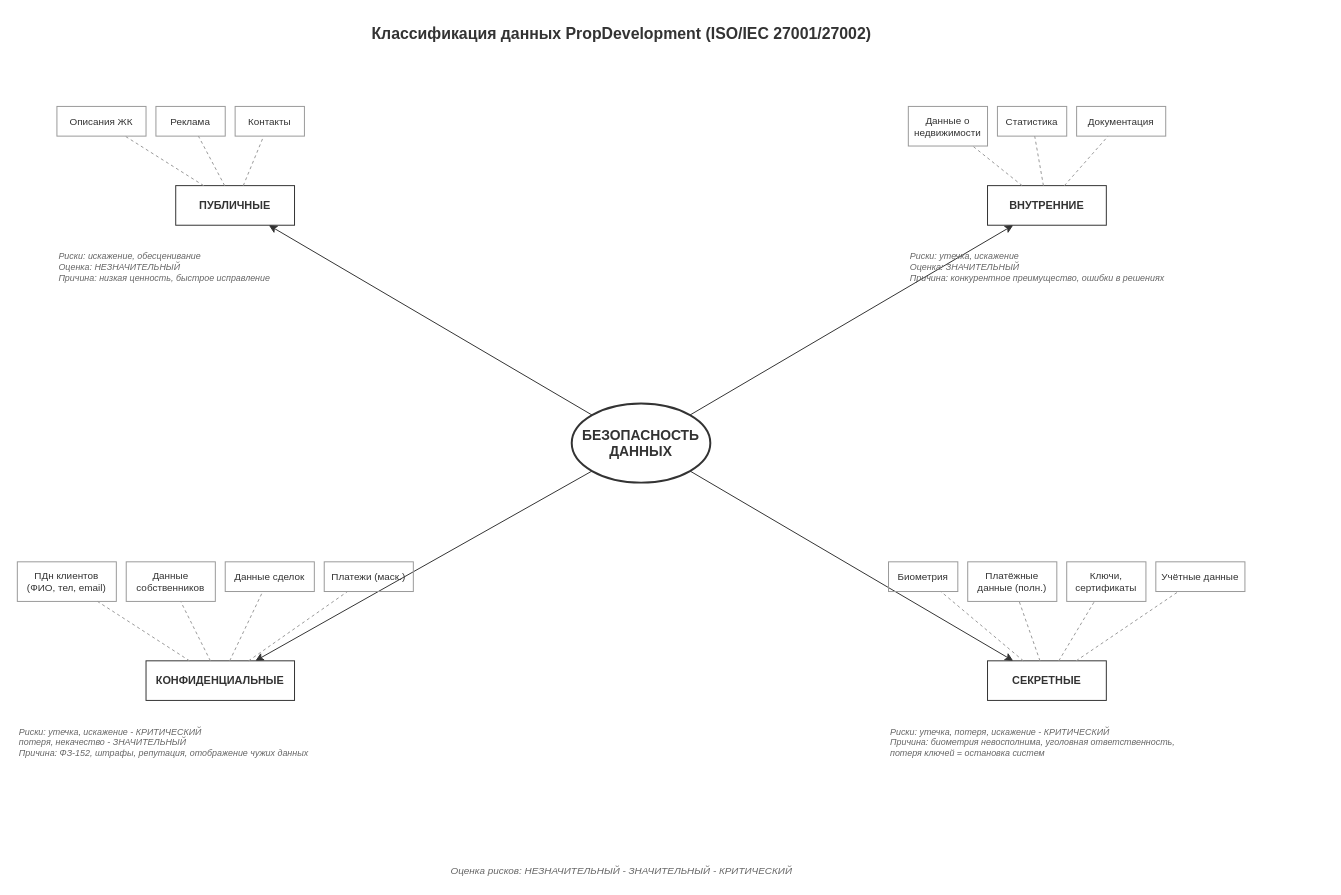
Before: Task1/data-security-mindmap.drawio in Anton19840712/architecture-pro-propdevelopment, a draw.io diagram. Source tidied: cells renumbered, new cells numbered last; positions are measured from the earlier drawing's top-left corner, leaving out a move shared by most shapes. Both pictures are drawn from the tidied source at 99%, with x=0, y=0 at pixel (17, 17).
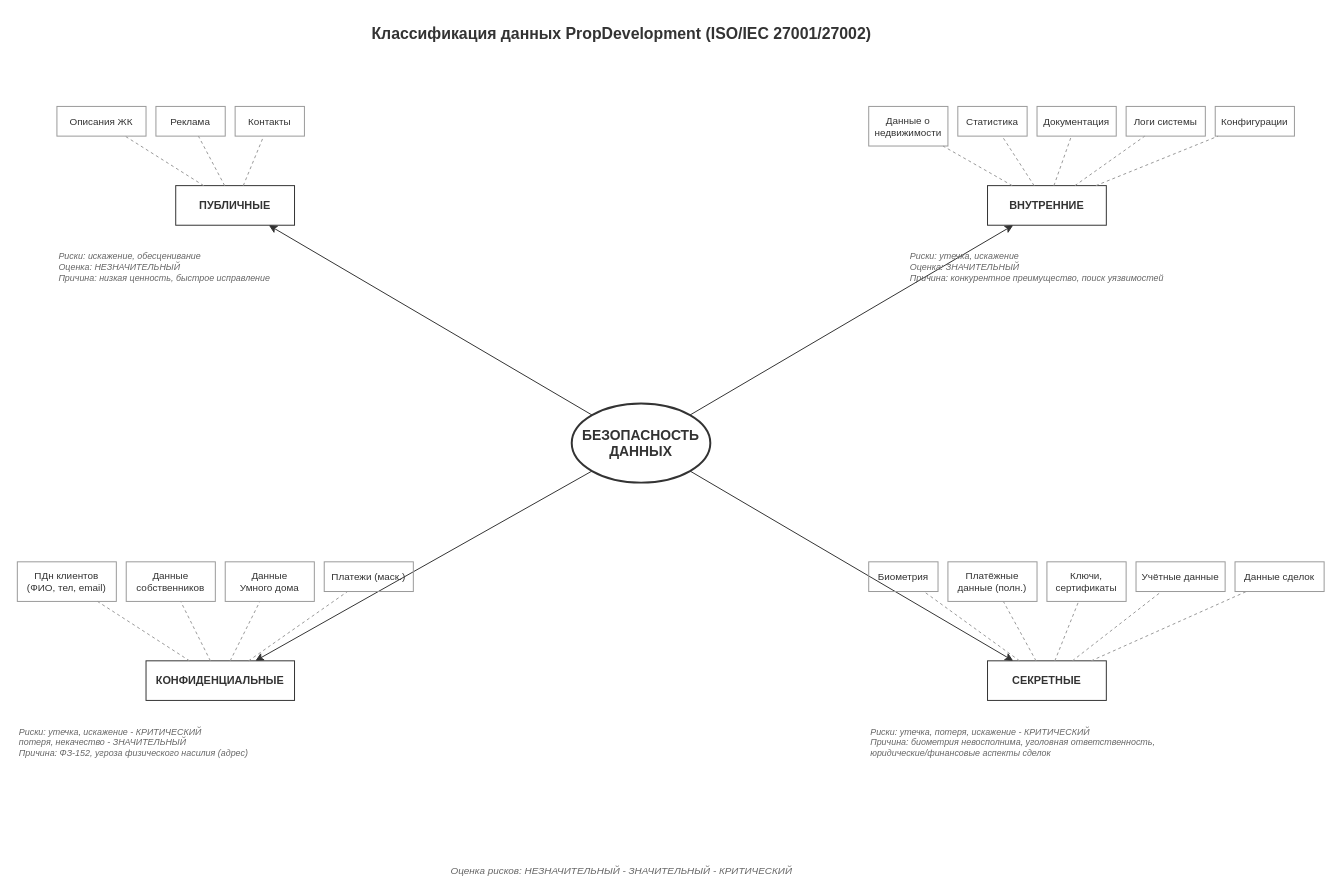
The same diagram, later.

Commit message (it also covers changes not shown here):
fix: учтена обратная связь ревьюера

Unchanged cells that the change refers to:
```xml
<mxCell id="12" value="ВНУТРЕННИЕ" style="rounded=0;whiteSpace=wrap;html=1;fillColor=none;strokeColor=#333333;fontSize=11;fontStyle=1;fontColor=#333333;" parent="1" vertex="1">
  <mxGeometry x="980" y="170" width="120" height="40" as="geometry" />
</mxCell>
<mxCell id="32" value="СЕКРЕТНЫЕ" style="rounded=0;whiteSpace=wrap;html=1;fillColor=none;strokeColor=#333333;fontSize=11;fontStyle=1;fontColor=#333333;" parent="1" vertex="1">
  <mxGeometry x="980" y="650" width="120" height="40" as="geometry" />
</mxCell>
```

The edit, as a diff of the source:
```diff
@@
     <mxCell id="14" value="Данные о&#10;недвижимости" style="rounded=0;whiteSpace=wrap;html=1;fillColor=none;strokeColor=#999999;fontSize=10;fontColor=#333333;" parent="1" vertex="1">
-      <mxGeometry x="900" y="90" width="80" height="40" as="geometry" />
+      <mxGeometry x="860" y="90" width="80" height="40" as="geometry" />
     </mxCell>
     <mxCell id="15" value="Статистика" style="rounded=0;whiteSpace=wrap;html=1;fillColor=none;strokeColor=#999999;fontSize=10;fontColor=#333333;" parent="1" vertex="1">
-      <mxGeometry x="990" y="90" width="70" height="30" as="geometry" />
+      <mxGeometry x="950" y="90" width="70" height="30" as="geometry" />
     </mxCell>
     <mxCell id="16" value="Документация" style="rounded=0;whiteSpace=wrap;html=1;fillColor=none;strokeColor=#999999;fontSize=10;fontColor=#333333;" parent="1" vertex="1">
-      <mxGeometry x="1070" y="90" width="90" height="30" as="geometry" />
+      <mxGeometry x="1030" y="90" width="80" height="30" as="geometry" />
     </mxCell>
+    <mxCell id="45" value="Логи системы" style="rounded=0;whiteSpace=wrap;html=1;fillColor=none;strokeColor=#999999;fontSize=10;fontColor=#333333;" parent="1" vertex="1">
+      <mxGeometry x="1120" y="90" width="80" height="30" as="geometry" />
+    </mxCell>
+    <mxCell id="46" value="Конфигурации" style="rounded=0;whiteSpace=wrap;html=1;fillColor=none;strokeColor=#999999;fontSize=10;fontColor=#333333;" parent="1" vertex="1">
+      <mxGeometry x="1210" y="90" width="80" height="30" as="geometry" />
+    </mxCell>
@@
+    <mxCell id="47" style="endArrow=none;html=1;strokeColor=#999999;dashed=1;" parent="1" edge="1" source="12" target="45">
+      <mxGeometry relative="1" as="geometry" />
+    </mxCell>
+    <mxCell id="48" style="endArrow=none;html=1;strokeColor=#999999;dashed=1;" parent="1" edge="1" source="12" target="46">
+      <mxGeometry relative="1" as="geometry" />
+    </mxCell>
-    <mxCell id="20" value="Риски: утечка, искажение&#10;Оценка: ЗНАЧИТЕЛЬНЫЙ&#10;Причина: конкурентное преимущество, ошибки в решениях" style="text;html=1;strokeColor=none;fillColor=none;align=left;fontSize=9;fontColor=#666666;fontStyle=2;" parent="1" vertex="1">
+    <mxCell id="20" value="Риски: утечка, искажение&#10;Оценка: ЗНАЧИТЕЛЬНЫЙ&#10;Причина: конкурентное преимущество, поиск уязвимостей" style="text;html=1;strokeColor=none;fillColor=none;align=left;fontSize=9;fontColor=#666666;fontStyle=2;" parent="1" vertex="1">
       <mxGeometry x="900" y="230" width="280" height="50" as="geometry" />
     </mxCell>
@@
-    <mxCell id="25" value="Данные сделок" style="rounded=0;whiteSpace=wrap;html=1;fillColor=none;strokeColor=#999999;fontSize=10;fontColor=#333333;" parent="1" vertex="1">
-      <mxGeometry x="210" y="550" width="90" height="30" as="geometry" />
+    <mxCell id="25" value="Данные&#10;Умного дома" style="rounded=0;whiteSpace=wrap;html=1;fillColor=none;strokeColor=#999999;fontSize=10;fontColor=#333333;" parent="1" vertex="1">
+      <mxGeometry x="210" y="550" width="90" height="40" as="geometry" />
     </mxCell>
@@
-    <mxCell id="31" value="Риски: утечка, искажение - КРИТИЧЕСКИЙ&#10;         потеря, некачество - ЗНАЧИТЕЛЬНЫЙ&#10;Причина: ФЗ-152, штрафы, репутация, отображение чужих данных" style="text;html=1;strokeColor=none;fillColor=none;align=left;fontSize=9;fontColor=#666666;fontStyle=2;" parent="1" vertex="1">
+    <mxCell id="31" value="Риски: утечка, искажение - КРИТИЧЕСКИЙ&#10;         потеря, некачество - ЗНАЧИТЕЛЬНЫЙ&#10;Причина: ФЗ-152, угроза физического насилия (адрес)" style="text;html=1;strokeColor=none;fillColor=none;align=left;fontSize=9;fontColor=#666666;fontStyle=2;" parent="1" vertex="1">
       <mxGeometry y="710" width="350" height="60" as="geometry" />
     </mxCell>
@@
     <mxCell id="34" value="Биометрия" style="rounded=0;whiteSpace=wrap;html=1;fillColor=none;strokeColor=#999999;fontSize=10;fontColor=#333333;" parent="1" vertex="1">
-      <mxGeometry x="880" y="550" width="70" height="30" as="geometry" />
+      <mxGeometry x="860" y="550" width="70" height="30" as="geometry" />
     </mxCell>
     <mxCell id="35" value="Платёжные&#10;данные (полн.)" style="rounded=0;whiteSpace=wrap;html=1;fillColor=none;strokeColor=#999999;fontSize=10;fontColor=#333333;" parent="1" vertex="1">
-      <mxGeometry x="960" y="550" width="90" height="40" as="geometry" />
+      <mxGeometry x="940" y="550" width="90" height="40" as="geometry" />
     </mxCell>
     <mxCell id="36" value="Ключи,&#10;сертификаты" style="rounded=0;whiteSpace=wrap;html=1;fillColor=none;strokeColor=#999999;fontSize=10;fontColor=#333333;" parent="1" vertex="1">
-      <mxGeometry x="1060" y="550" width="80" height="40" as="geometry" />
+      <mxGeometry x="1040" y="550" width="80" height="40" as="geometry" />
     </mxCell>
     <mxCell id="37" value="Учётные данные" style="rounded=0;whiteSpace=wrap;html=1;fillColor=none;strokeColor=#999999;fontSize=10;fontColor=#333333;" parent="1" vertex="1">
-      <mxGeometry x="1150" y="550" width="90" height="30" as="geometry" />
+      <mxGeometry x="1130" y="550" width="90" height="30" as="geometry" />
     </mxCell>
+    <mxCell id="49" value="Данные сделок" style="rounded=0;whiteSpace=wrap;html=1;fillColor=none;strokeColor=#999999;fontSize=10;fontColor=#333333;" parent="1" vertex="1">
+      <mxGeometry x="1230" y="550" width="90" height="30" as="geometry" />
+    </mxCell>
@@
+    <mxCell id="50" style="endArrow=none;html=1;strokeColor=#999999;dashed=1;" parent="1" edge="1" source="32" target="49">
+      <mxGeometry relative="1" as="geometry" />
+    </mxCell>
-    <mxCell id="42" value="Риски: утечка, потеря, искажение - КРИТИЧЕСКИЙ&#10;Причина: биометрия невосполнима, уголовная ответственность,&#10;потеря ключей = остановка систем" style="text;html=1;strokeColor=none;fillColor=none;align=left;fontSize=9;fontColor=#666666;fontStyle=2;" parent="1" vertex="1">
-      <mxGeometry x="880" y="710" width="320" height="60" as="geometry" />
+    <mxCell id="42" value="Риски: утечка, потеря, искажение - КРИТИЧЕСКИЙ&#10;Причина: биометрия невосполнима, уголовная ответственность,&#10;юридические/финансовые аспекты сделок" style="text;html=1;strokeColor=none;fillColor=none;align=left;fontSize=9;fontColor=#666666;fontStyle=2;" parent="1" vertex="1">
+      <mxGeometry x="860" y="710" width="320" height="60" as="geometry" />
     </mxCell>
```
